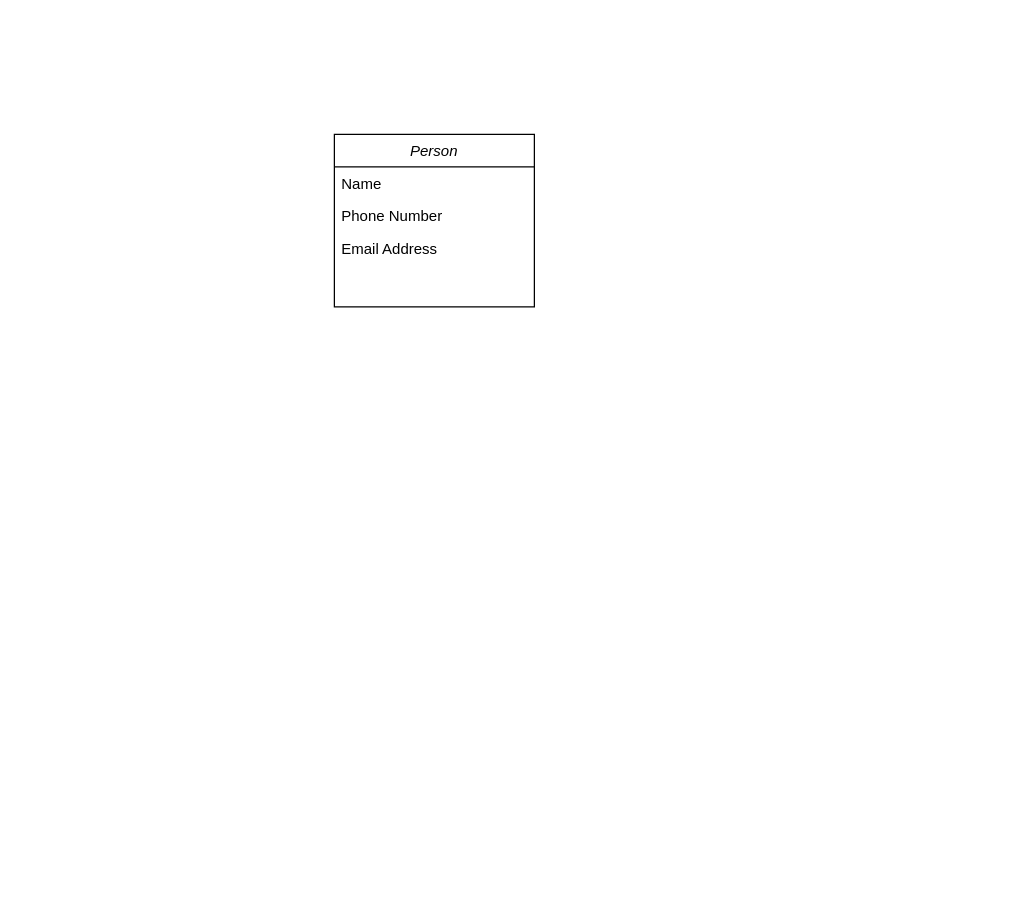
taehee5525/git_test keeps this draw.io diagram as Domain_Model.drawio. Above is the earlier version. Source tidied: cells renumbered, new cells numbered last; positions are measured from the earlier drawing's top-left corner, leaving out a move shared by most shapes. Both pictures are drawn from the tidied source at 125%, with x=0, y=0 at pixel (334, 134).
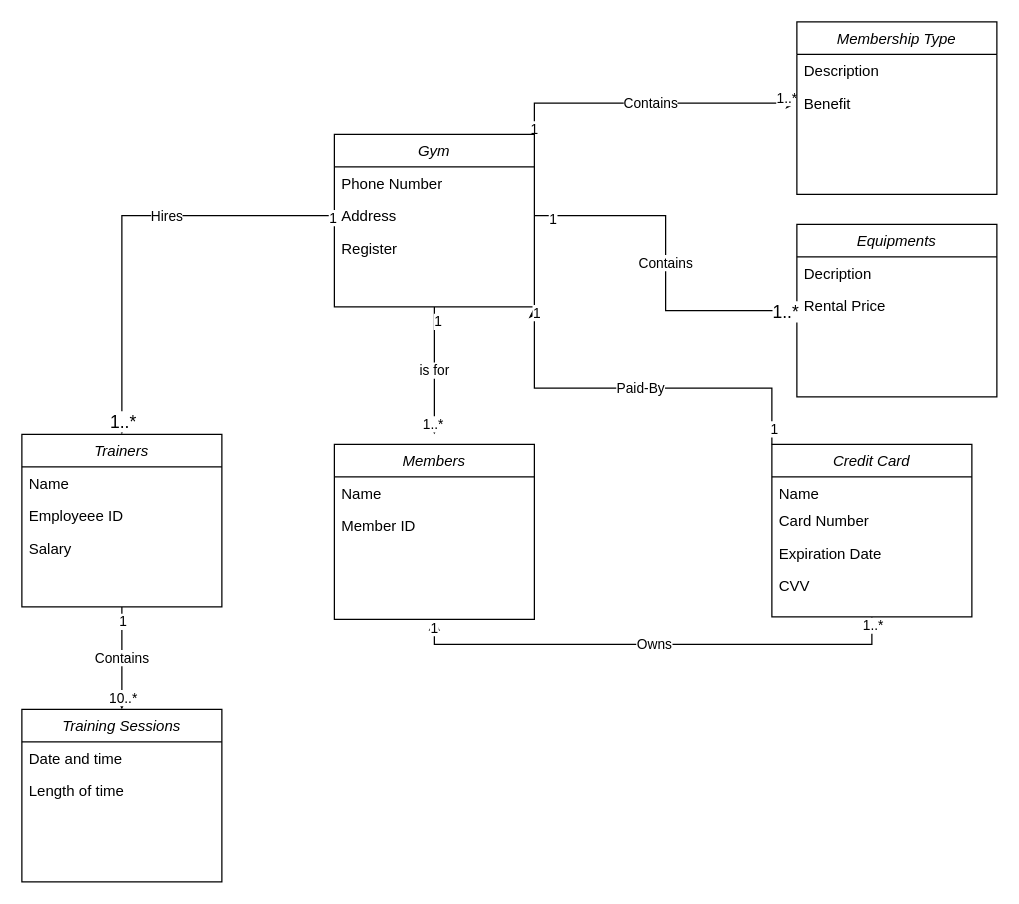
Above is the later version.

What changed in the source:
```diff
@@
+    <mxCell id="6" value="is for" style="edgeStyle=orthogonalEdgeStyle;rounded=0;jettySize=auto;html=1;exitX=0.5;exitY=1;exitDx=0;exitDy=0;" parent="1" edge="1" source="2">
+      <mxGeometry relative="1" as="geometry">
+        <mxPoint x="80" y="240" as="targetPoint" />
+      </mxGeometry>
+    </mxCell>
+    <mxCell id="7" value="1..*" style="edgeLabel;html=1;align=center;verticalAlign=middle;" parent="6" vertex="1">
+      <mxGeometry x="0.83" y="-2" relative="1" as="geometry" />
+    </mxCell>
+    <mxCell id="8" value="1" style="edgeLabel;html=1;align=center;verticalAlign=middle;" parent="6" vertex="1">
+      <mxGeometry x="-0.78" y="2" relative="1" as="geometry" />
+    </mxCell>
+    <mxCell id="9" value="Contains" style="edgeStyle=orthogonalEdgeStyle;rounded=0;jettySize=auto;html=1;exitX=1;exitY=0;exitDx=0;exitDy=0;entryX=0;entryY=0.5;entryDx=0;entryDy=0;" parent="1" edge="1" source="2" target="15">
+      <mxGeometry relative="1" as="geometry" />
+    </mxCell>
+    <mxCell id="10" value="1" style="edgeLabel;html=1;align=center;verticalAlign=middle;" parent="9" vertex="1">
+      <mxGeometry x="-0.96" y="1" relative="1" as="geometry" />
+    </mxCell>
+    <mxCell id="11" value="1..*" style="edgeLabel;html=1;align=center;verticalAlign=middle;" parent="9" vertex="1">
+      <mxGeometry x="0.94" relative="1" as="geometry">
+        <mxPoint x="-2" y="-5" as="offset" />
+      </mxGeometry>
+    </mxCell>
-    <mxCell id="2" value="Person" style="swimlane;fontStyle=2;align=center;verticalAlign=top;horizontal=1;startSize=26;rounded=0;shadow=0;strokeWidth=1;" parent="1" vertex="1">
+    <mxCell id="2" value="Gym" style="swimlane;fontStyle=2;align=center;verticalAlign=top;horizontal=1;startSize=26;rounded=0;shadow=0;strokeWidth=1;" parent="1" vertex="1">
       <mxGeometry width="160" height="138" as="geometry" />
     </mxCell>
-    <mxCell id="3" value="Name" style="text;align=left;verticalAlign=top;spacingLeft=4;spacingRight=4;overflow=hidden;" parent="2" vertex="1">
-      <mxGeometry y="26" width="160" height="26" as="geometry" />
-    </mxCell>
     <mxCell id="4" value="Phone Number" style="text;align=left;verticalAlign=top;spacingLeft=4;spacingRight=4;overflow=hidden;rounded=0;shadow=0;html=0;" parent="2" vertex="1">
-      <mxGeometry y="52" width="160" height="26" as="geometry" />
+      <mxGeometry y="26" width="160" height="26" as="geometry" />
     </mxCell>
-    <mxCell id="5" value="Email Address" style="text;align=left;verticalAlign=top;spacingLeft=4;spacingRight=4;overflow=hidden;points=[[0,0.5],[1,0.5]];portConstraint=eastwest;rounded=0;shadow=0;html=0;" parent="2" vertex="1">
-      <mxGeometry y="78" width="160" height="26" as="geometry" />
+    <mxCell id="5" value="Address" style="text;align=left;verticalAlign=top;spacingLeft=4;spacingRight=4;overflow=hidden;points=[[0,0.5],[1,0.5]];portConstraint=eastwest;rounded=0;shadow=0;html=0;" parent="2" vertex="1">
+      <mxGeometry y="52" width="160" height="26" as="geometry" />
     </mxCell>
+    <mxCell id="12" value="Register" style="text;align=left;verticalAlign=top;spacingLeft=4;spacingRight=4;overflow=hidden;rounded=0;shadow=0;html=0;" parent="2" vertex="1">
+      <mxGeometry y="78" width="160" height="26" as="geometry" />
+    </mxCell>
+    <mxCell id="13" value="Membership Type" style="swimlane;fontStyle=2;align=center;verticalAlign=top;horizontal=1;startSize=26;rounded=0;shadow=0;strokeWidth=1;" parent="1" vertex="1">
+      <mxGeometry x="370" y="-90" width="160" height="138" as="geometry" />
+    </mxCell>
+    <mxCell id="14" value="Description" style="text;align=left;verticalAlign=top;spacingLeft=4;spacingRight=4;overflow=hidden;rounded=0;shadow=0;html=0;" parent="13" vertex="1">
+      <mxGeometry y="26" width="160" height="26" as="geometry" />
+    </mxCell>
+    <mxCell id="15" value="Benefit" style="text;align=left;verticalAlign=top;spacingLeft=4;spacingRight=4;overflow=hidden;points=[[0,0.5],[1,0.5]];portConstraint=eastwest;rounded=0;shadow=0;html=0;" parent="13" vertex="1">
+      <mxGeometry y="52" width="160" height="26" as="geometry" />
+    </mxCell>
+    <mxCell id="16" value="Contains" style="edgeStyle=orthogonalEdgeStyle;rounded=0;jettySize=auto;html=1;exitX=0.5;exitY=1;exitDx=0;exitDy=0;entryX=0.5;entryY=0;entryDx=0;entryDy=0;" parent="1" edge="1" source="19" target="41">
+      <mxGeometry relative="1" as="geometry" />
+    </mxCell>
+    <mxCell id="17" value="10..*" style="edgeLabel;html=1;align=center;verticalAlign=middle;" parent="16" vertex="1">
+      <mxGeometry x="0.9" y="-1" relative="1" as="geometry">
+        <mxPoint x="1" y="-6" as="offset" />
+      </mxGeometry>
+    </mxCell>
+    <mxCell id="18" value="1" style="edgeLabel;html=1;align=center;verticalAlign=middle;" parent="16" vertex="1">
+      <mxGeometry x="-0.73" relative="1" as="geometry" />
+    </mxCell>
+    <mxCell id="19" value="Trainers" style="swimlane;fontStyle=2;align=center;verticalAlign=top;horizontal=1;startSize=26;rounded=0;shadow=0;strokeWidth=1;" parent="1" vertex="1">
+      <mxGeometry x="-250" y="240" width="160" height="138" as="geometry" />
+    </mxCell>
+    <mxCell id="20" value="Name" style="text;align=left;verticalAlign=top;spacingLeft=4;spacingRight=4;overflow=hidden;rounded=0;shadow=0;html=0;" parent="19" vertex="1">
+      <mxGeometry y="26" width="160" height="26" as="geometry" />
+    </mxCell>
+    <mxCell id="21" value="Employeee ID" style="text;align=left;verticalAlign=top;spacingLeft=4;spacingRight=4;overflow=hidden;rounded=0;shadow=0;html=0;" parent="19" vertex="1">
+      <mxGeometry y="52" width="160" height="26" as="geometry" />
+    </mxCell>
+    <mxCell id="22" value="Salary" style="text;align=left;verticalAlign=top;spacingLeft=4;spacingRight=4;overflow=hidden;rounded=0;shadow=0;html=0;" parent="19" vertex="1">
+      <mxGeometry y="78" width="160" height="26" as="geometry" />
+    </mxCell>
+    <mxCell id="23" value="Members" style="swimlane;fontStyle=2;align=center;verticalAlign=top;horizontal=1;startSize=26;rounded=0;shadow=0;strokeWidth=1;" parent="1" vertex="1">
+      <mxGeometry y="248" width="160" height="140" as="geometry" />
+    </mxCell>
+    <mxCell id="24" value="Name" style="text;align=left;verticalAlign=top;spacingLeft=4;spacingRight=4;overflow=hidden;rounded=0;shadow=0;html=0;" parent="23" vertex="1">
+      <mxGeometry y="26" width="160" height="26" as="geometry" />
+    </mxCell>
+    <mxCell id="25" value="Member ID" style="text;align=left;verticalAlign=top;spacingLeft=4;spacingRight=4;overflow=hidden;rounded=0;shadow=0;html=0;" parent="23" vertex="1">
+      <mxGeometry y="52" width="160" height="26" as="geometry" />
+    </mxCell>
+    <mxCell id="26" style="edgeStyle=orthogonalEdgeStyle;rounded=0;jettySize=auto;html=1;exitX=0;exitY=0.5;exitDx=0;exitDy=0;" parent="1" edge="1" source="5" target="19">
+      <mxGeometry relative="1" as="geometry" />
+    </mxCell>
+    <mxCell id="27" value="Hires" style="edgeLabel;html=1;align=center;verticalAlign=middle;" parent="26" vertex="1">
+      <mxGeometry x="-0.22" relative="1" as="geometry" />
+    </mxCell>
+    <mxCell id="28" value="1" style="edgeLabel;html=1;align=center;verticalAlign=middle;" parent="26" vertex="1">
+      <mxGeometry x="-0.99" y="1" relative="1" as="geometry" />
+    </mxCell>
+    <mxCell id="29" value="&lt;font style=&quot;font-size: 14px&quot;&gt;1..*&lt;/font&gt;" style="edgeLabel;html=1;align=center;verticalAlign=middle;" parent="26" vertex="1">
+      <mxGeometry x="0.93" y="-1" relative="1" as="geometry">
+        <mxPoint x="1" y="1" as="offset" />
+      </mxGeometry>
+    </mxCell>
+    <mxCell id="30" value="Owns" style="edgeStyle=orthogonalEdgeStyle;rounded=0;jettySize=auto;html=1;exitX=0.5;exitY=1;exitDx=0;exitDy=0;entryX=0.5;entryY=1;entryDx=0;entryDy=0;" parent="1" edge="1" source="36" target="23">
+      <mxGeometry relative="1" as="geometry" />
+    </mxCell>
+    <mxCell id="31" value="1" style="edgeLabel;html=1;align=center;verticalAlign=middle;" parent="30" vertex="1">
+      <mxGeometry x="0.97" y="1" relative="1" as="geometry" />
+    </mxCell>
+    <mxCell id="32" value="1..*" style="edgeLabel;html=1;align=center;verticalAlign=middle;" parent="30" vertex="1">
+      <mxGeometry x="-0.97" relative="1" as="geometry" />
+    </mxCell>
+    <mxCell id="33" value="Paid-By" style="edgeStyle=orthogonalEdgeStyle;rounded=0;jettySize=auto;html=1;exitX=0;exitY=0;exitDx=0;exitDy=0;entryX=1;entryY=1;entryDx=0;entryDy=0;" parent="1" edge="1" source="36" target="2">
+      <mxGeometry relative="1" as="geometry">
+        <Array as="points">
+          <mxPoint x="350" y="203" />
+          <mxPoint x="160" y="203" />
+        </Array>
+      </mxGeometry>
+    </mxCell>
+    <mxCell id="34" value="1" style="edgeLabel;html=1;align=center;verticalAlign=middle;" parent="33" vertex="1">
+      <mxGeometry x="0.97" y="-1" relative="1" as="geometry" />
+    </mxCell>
+    <mxCell id="35" value="1" style="edgeLabel;html=1;align=center;verticalAlign=middle;" parent="33" vertex="1">
+      <mxGeometry x="-0.91" y="-1" relative="1" as="geometry" />
+    </mxCell>
+    <mxCell id="36" value="Credit Card" style="swimlane;fontStyle=2;align=center;verticalAlign=top;horizontal=1;startSize=26;rounded=0;shadow=0;strokeWidth=1;" parent="1" vertex="1">
+      <mxGeometry x="350" y="248" width="160" height="138" as="geometry" />
+    </mxCell>
+    <mxCell id="37" value="Name" style="text;align=left;verticalAlign=top;spacingLeft=4;spacingRight=4;overflow=hidden;rounded=0;shadow=0;html=0;" parent="36" vertex="1">
+      <mxGeometry y="26" width="160" height="22" as="geometry" />
+    </mxCell>
+    <mxCell id="38" value="Card Number" style="text;align=left;verticalAlign=top;spacingLeft=4;spacingRight=4;overflow=hidden;rounded=0;shadow=0;html=0;" parent="36" vertex="1">
+      <mxGeometry y="48" width="160" height="26" as="geometry" />
+    </mxCell>
+    <mxCell id="39" value="Expiration Date" style="text;align=left;verticalAlign=top;spacingLeft=4;spacingRight=4;overflow=hidden;rounded=0;shadow=0;html=0;" parent="36" vertex="1">
+      <mxGeometry y="74" width="160" height="26" as="geometry" />
+    </mxCell>
+    <mxCell id="40" value="CVV" style="text;align=left;verticalAlign=top;spacingLeft=4;spacingRight=4;overflow=hidden;rounded=0;shadow=0;html=0;" parent="36" vertex="1">
+      <mxGeometry y="100" width="160" height="26" as="geometry" />
+    </mxCell>
+    <mxCell id="41" value="Training Sessions" style="swimlane;fontStyle=2;align=center;verticalAlign=top;horizontal=1;startSize=26;rounded=0;shadow=0;strokeWidth=1;" parent="1" vertex="1">
+      <mxGeometry x="-250" y="460" width="160" height="138" as="geometry" />
+    </mxCell>
+    <mxCell id="42" value="Date and time" style="text;align=left;verticalAlign=top;spacingLeft=4;spacingRight=4;overflow=hidden;rounded=0;shadow=0;html=0;" parent="41" vertex="1">
+      <mxGeometry y="26" width="160" height="26" as="geometry" />
+    </mxCell>
+    <mxCell id="43" value="Length of time" style="text;align=left;verticalAlign=top;spacingLeft=4;spacingRight=4;overflow=hidden;rounded=0;shadow=0;html=0;" parent="41" vertex="1">
+      <mxGeometry y="52" width="160" height="26" as="geometry" />
+    </mxCell>
+    <mxCell id="44" value="Equipments" style="swimlane;fontStyle=2;align=center;verticalAlign=top;horizontal=1;startSize=26;rounded=0;shadow=0;strokeWidth=1;" parent="1" vertex="1">
+      <mxGeometry x="370" y="72" width="160" height="138" as="geometry" />
+    </mxCell>
+    <mxCell id="45" value="Decription" style="text;align=left;verticalAlign=top;spacingLeft=4;spacingRight=4;overflow=hidden;rounded=0;shadow=0;html=0;" parent="44" vertex="1">
+      <mxGeometry y="26" width="160" height="26" as="geometry" />
+    </mxCell>
+    <mxCell id="46" value="Rental Price" style="text;align=left;verticalAlign=top;spacingLeft=4;spacingRight=4;overflow=hidden;rounded=0;shadow=0;html=0;" parent="44" vertex="1">
+      <mxGeometry y="52" width="160" height="26" as="geometry" />
+    </mxCell>
+    <mxCell id="47" value="Contains" style="edgeStyle=orthogonalEdgeStyle;rounded=0;jettySize=auto;html=1;exitX=1;exitY=0.5;exitDx=0;exitDy=0;" parent="1" edge="1" source="5" target="44">
+      <mxGeometry relative="1" as="geometry" />
+    </mxCell>
+    <mxCell id="48" value="1" style="edgeLabel;html=1;align=center;verticalAlign=middle;" parent="47" vertex="1">
+      <mxGeometry x="-0.9" y="-2" relative="1" as="geometry" />
+    </mxCell>
+    <mxCell id="49" value="&lt;font style=&quot;font-size: 14px&quot;&gt;1..*&lt;/font&gt;" style="edgeLabel;html=1;align=center;verticalAlign=middle;" parent="47" vertex="1">
+      <mxGeometry x="0.95" relative="1" as="geometry">
+        <mxPoint x="-3" as="offset" />
+      </mxGeometry>
+    </mxCell>
```
